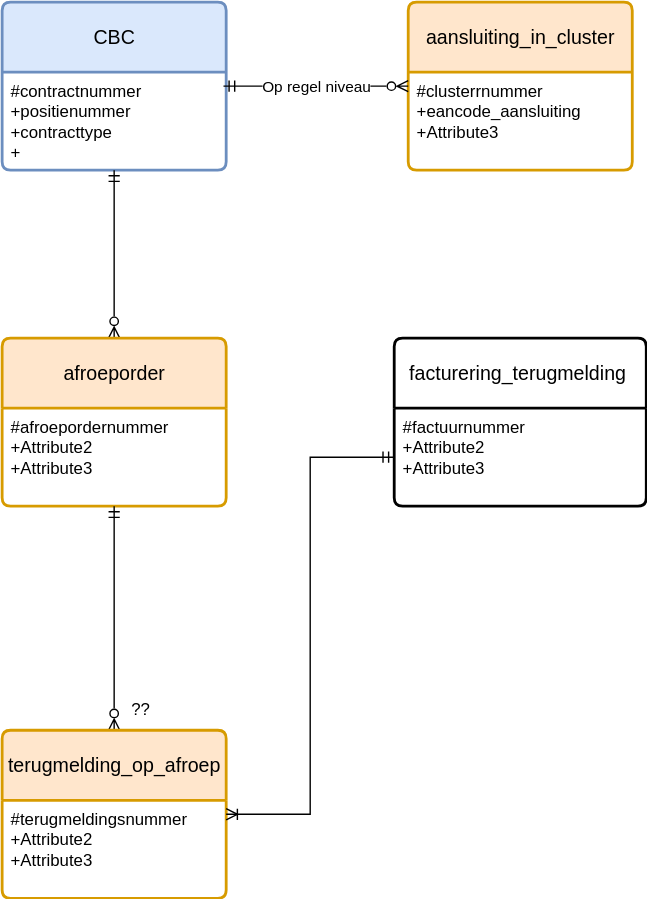
This is flex.svg from Jterveld/draw.io-modellen, a draw.io export, as it was before one commit. Source tidied: cells renumbered, new cells last; positions are measured from the earlier drawing's top-left corner, leaving out a move shared by most shapes.
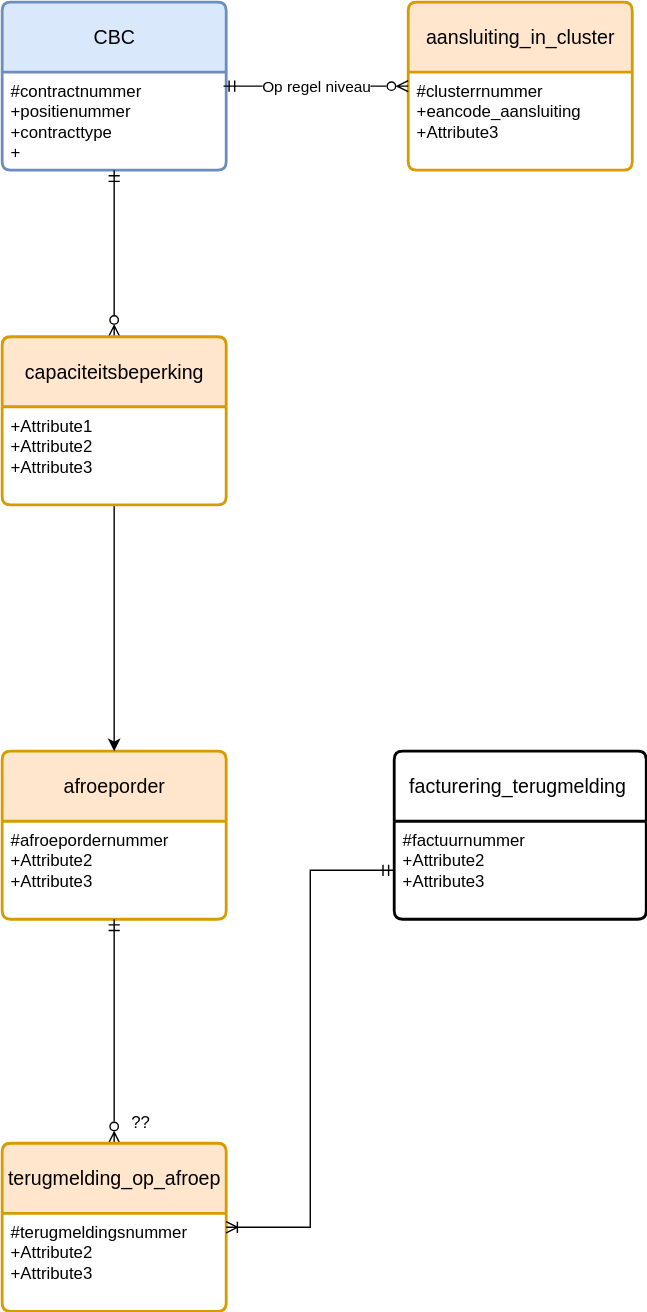
Above is the later version.

Change to the diagram source:
```diff
@@ -3,18 +3,18 @@
     <mxCell id="0" />
     <mxCell id="1" parent="0" />
     <mxCell id="2" value="CBC" style="swimlane;horizontal=1;startSize=50;rounded=1;fontSize=14;fontStyle=0;strokeWidth=2;shadow=0;dashed=0;align=center;arcSize=4;whiteSpace=wrap;html=1;fillColor=#dae8fc;strokeColor=#6c8ebf;fillStyle=solid;gradientColor=none;swimlaneFillColor=default;" parent="1" vertex="1">
-      <mxGeometry width="160" height="120" as="geometry" />
+      <mxGeometry y="-295" width="160" height="120" as="geometry" />
     </mxCell>
     <mxCell id="3" value="#contractnummer&lt;br&gt;+positienummer&lt;div&gt;+contracttype&lt;br&gt;+&lt;/div&gt;" style="align=left;strokeColor=none;fillColor=none;spacingLeft=4;spacingRight=4;fontSize=12;verticalAlign=top;html=1;whiteSpace=wrap;" parent="2" vertex="1">
       <mxGeometry y="50" width="160" height="70" as="geometry" />
     </mxCell>
     <mxCell id="4" value="aansluiting_in_cluster" style="swimlane;horizontal=1;startSize=50;rounded=1;fontSize=14;fontStyle=0;strokeWidth=2;shadow=0;dashed=0;align=center;arcSize=4;whiteSpace=wrap;html=1;fillColor=#ffe6cc;strokeColor=#d79b00;" parent="1" vertex="1">
-      <mxGeometry x="290" width="160" height="120" as="geometry" />
+      <mxGeometry x="290" y="-295" width="160" height="120" as="geometry" />
     </mxCell>
     <mxCell id="5" value="#clusterrnummer&lt;br&gt;+eancode_aansluiting&lt;br&gt;+Attribute3" style="align=left;strokeColor=none;fillColor=none;spacingLeft=4;spacingRight=4;fontSize=12;verticalAlign=top;html=1;whiteSpace=wrap;" parent="4" vertex="1">
       <mxGeometry y="50" width="160" height="70" as="geometry" />
     </mxCell>
-    <mxCell id="6" style="edgeStyle=orthogonalEdgeStyle;rounded=0;jettySize=auto;html=1;entryX=0.5;entryY=1;entryDx=0;entryDy=0;endArrow=ERmandOne;endFill=0;startArrow=ERzeroToMany;startFill=0;" parent="1" edge="1" source="7" target="3">
+    <mxCell id="6" style="edgeStyle=orthogonalEdgeStyle;rounded=0;jettySize=auto;html=1;entryX=0.5;entryY=1;entryDx=0;entryDy=0;endArrow=ERmandOne;endFill=0;startArrow=ERzeroToMany;startFill=0;" parent="1" edge="1" source="18" target="3">
       <mxGeometry relative="1" as="geometry" />
     </mxCell>
     <mxCell id="7" value="afroeporder" style="swimlane;horizontal=1;startSize=50;rounded=1;fontSize=14;fontStyle=0;strokeWidth=2;shadow=0;dashed=0;align=center;arcSize=4;whiteSpace=wrap;html=1;fillColor=#ffe6cc;strokeColor=#d79b00;" parent="1" vertex="1">
@@ -47,5 +47,14 @@
     <mxCell id="16" value="??&amp;nbsp;" style="text;html=1;align=center;verticalAlign=middle;strokeColor=none;fillColor=none;" parent="1" vertex="1">
       <mxGeometry x="80" y="490" width="40" height="30" as="geometry" />
     </mxCell>
+    <mxCell id="17" style="edgeStyle=orthogonalEdgeStyle;rounded=0;jettySize=auto;html=1;" parent="1" edge="1" source="18" target="7">
+      <mxGeometry relative="1" as="geometry" />
+    </mxCell>
+    <mxCell id="18" value="capaciteitsbeperking" style="swimlane;horizontal=1;startSize=50;rounded=1;fontSize=14;fontStyle=0;strokeWidth=2;shadow=0;dashed=0;align=center;arcSize=4;whiteSpace=wrap;html=1;fillColor=#ffe6cc;strokeColor=#d79b00;" parent="1" vertex="1">
+      <mxGeometry y="-56" width="160" height="120" as="geometry" />
+    </mxCell>
+    <mxCell id="19" value="+Attribute1&#10;+Attribute2&#10;+Attribute3" style="align=left;strokeColor=none;fillColor=none;spacingLeft=4;spacingRight=4;fontSize=12;verticalAlign=top;html=1;whiteSpace=wrap;" parent="18" vertex="1">
+      <mxGeometry y="50" width="160" height="70" as="geometry" />
+    </mxCell>
   </root>
 </mxGraphModel>
```
